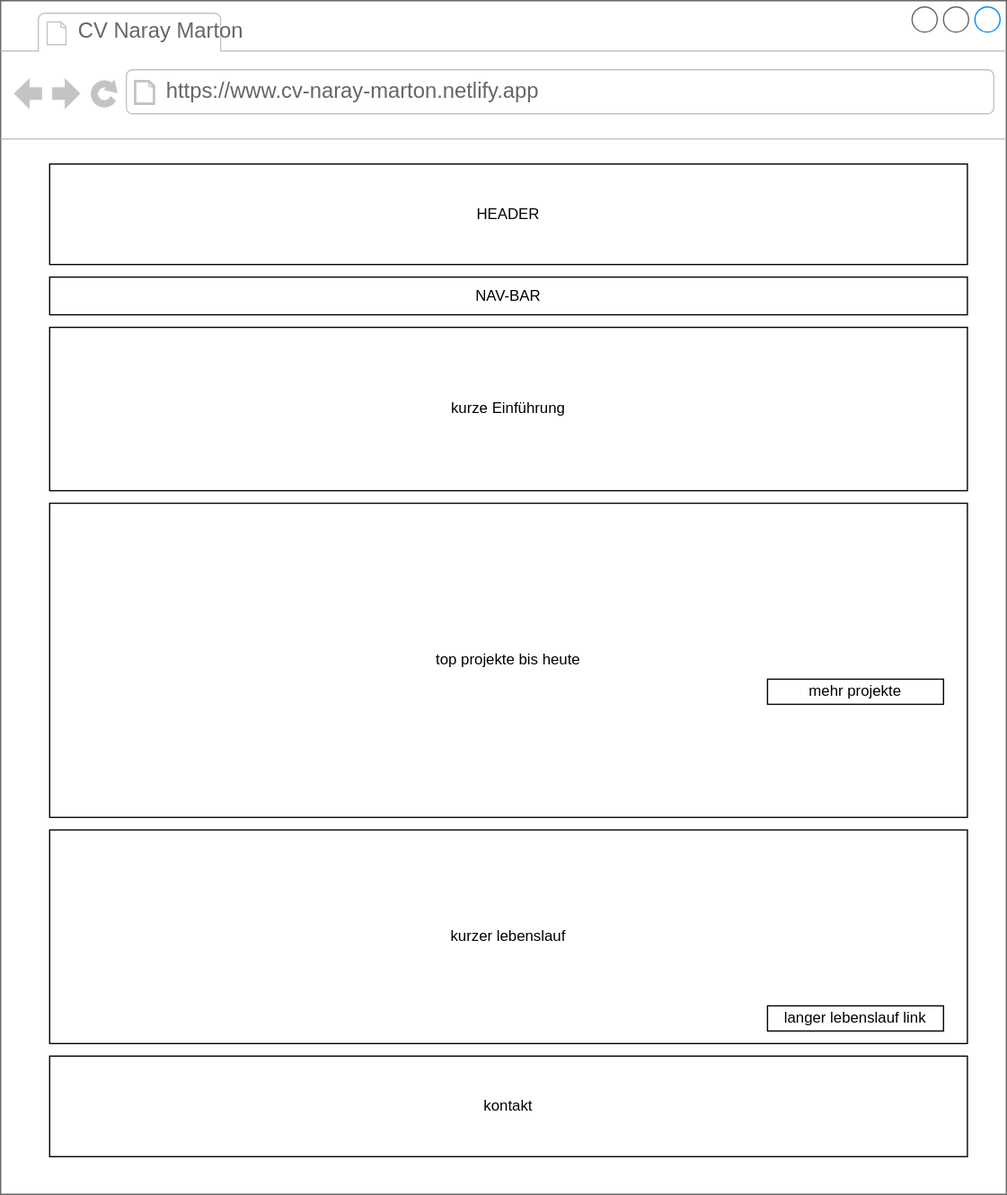
This is mockup_page_home.drawio.svg from mnaray/mockups, a draw.io export, as it was before one commit. Source tidied: cells renumbered, new cells last; positions are measured from the earlier drawing's top-left corner, leaving out a move shared by most shapes.
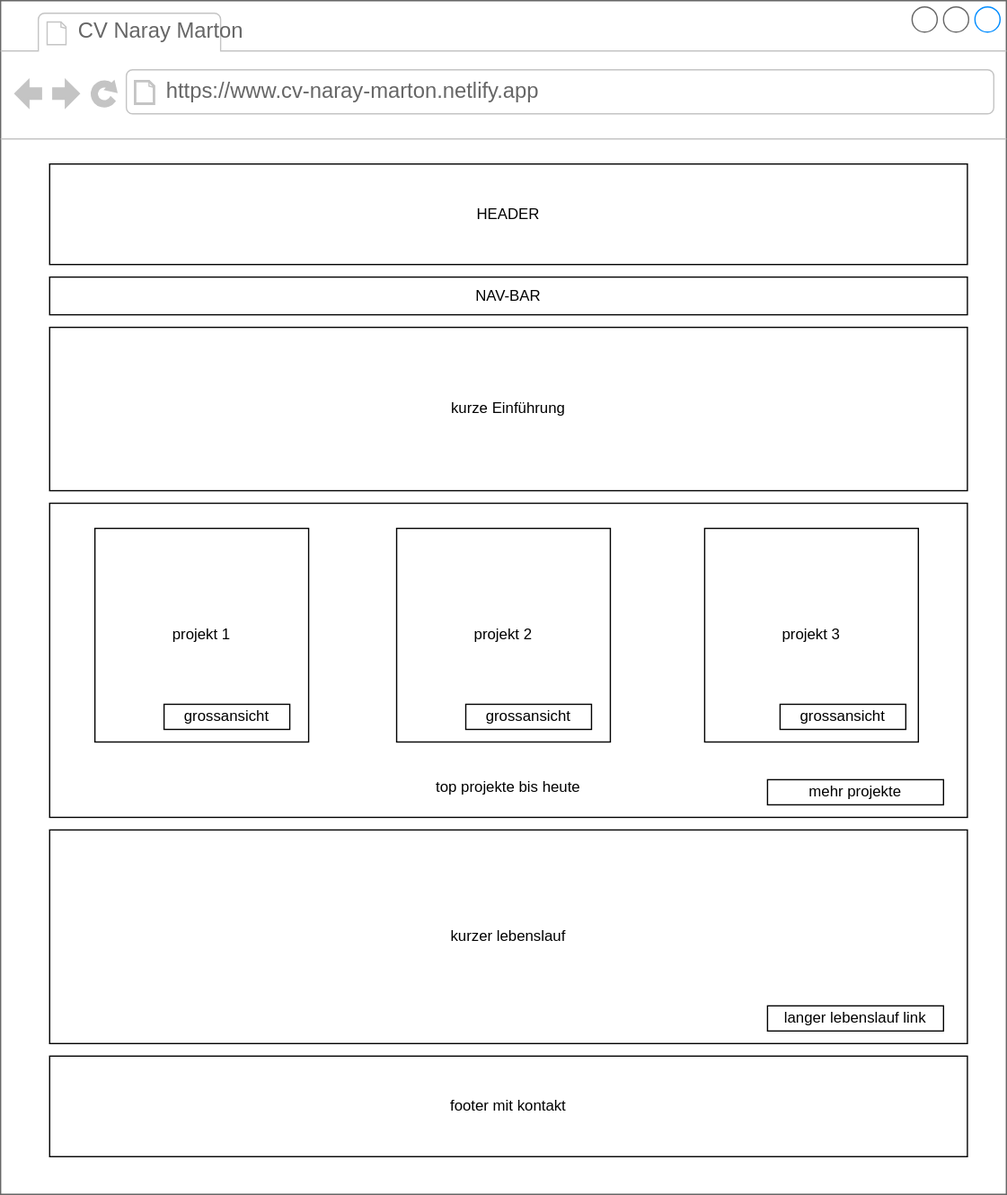
After the change.

Diff of the diagram source:
```diff
@@ -26,14 +26,32 @@
     <mxCell id="9" value="langer lebenslauf link" style="rounded=0;whiteSpace=wrap;html=1;" parent="2" vertex="1">
       <mxGeometry x="610" y="800" width="140" height="20" as="geometry" />
     </mxCell>
-    <mxCell id="10" value="top projekte bis heute" style="rounded=0;whiteSpace=wrap;html=1;" parent="2" vertex="1">
+    <mxCell id="10" value="&lt;br&gt;&lt;br&gt;&lt;br&gt;&lt;br&gt;&lt;br&gt;&lt;br&gt;&lt;br&gt;&lt;br&gt;&lt;br&gt;&lt;br&gt;&lt;br&gt;&lt;br&gt;&lt;br&gt;&lt;br&gt;top projekte bis heute" style="rounded=0;whiteSpace=wrap;html=1;" parent="2" vertex="1">
       <mxGeometry x="39" y="400" width="730" height="250" as="geometry" />
     </mxCell>
-    <mxCell id="11" value="kontakt" style="rounded=0;whiteSpace=wrap;html=1;" parent="2" vertex="1">
+    <mxCell id="11" value="footer mit kontakt" style="rounded=0;whiteSpace=wrap;html=1;" parent="2" vertex="1">
       <mxGeometry x="39" y="840" width="730" height="80" as="geometry" />
     </mxCell>
     <mxCell id="12" value="mehr projekte" style="rounded=0;whiteSpace=wrap;html=1;" parent="2" vertex="1">
-      <mxGeometry x="610" y="540" width="140" height="20" as="geometry" />
+      <mxGeometry x="610" y="620" width="140" height="20" as="geometry" />
     </mxCell>
+    <mxCell id="13" value="projekt 1" style="whiteSpace=wrap;html=1;" parent="2" vertex="1">
+      <mxGeometry x="75" y="420" width="170" height="170" as="geometry" />
+    </mxCell>
+    <mxCell id="14" value="projekt 2" style="whiteSpace=wrap;html=1;" parent="2" vertex="1">
+      <mxGeometry x="315" y="420" width="170" height="170" as="geometry" />
+    </mxCell>
+    <mxCell id="15" value="projekt 3" style="whiteSpace=wrap;html=1;" parent="2" vertex="1">
+      <mxGeometry x="560" y="420" width="170" height="170" as="geometry" />
+    </mxCell>
+    <mxCell id="16" value="grossansicht&lt;br&gt;" style="rounded=0;whiteSpace=wrap;html=1;" parent="2" vertex="1">
+      <mxGeometry x="130" y="560" width="100" height="20" as="geometry" />
+    </mxCell>
+    <mxCell id="17" value="grossansicht&lt;br&gt;" style="rounded=0;whiteSpace=wrap;html=1;" parent="2" vertex="1">
+      <mxGeometry x="370" y="560" width="100" height="20" as="geometry" />
+    </mxCell>
+    <mxCell id="18" value="grossansicht&lt;br&gt;" style="rounded=0;whiteSpace=wrap;html=1;" parent="2" vertex="1">
+      <mxGeometry x="620" y="560" width="100" height="20" as="geometry" />
+    </mxCell>
   </root>
 </mxGraphModel>
```
